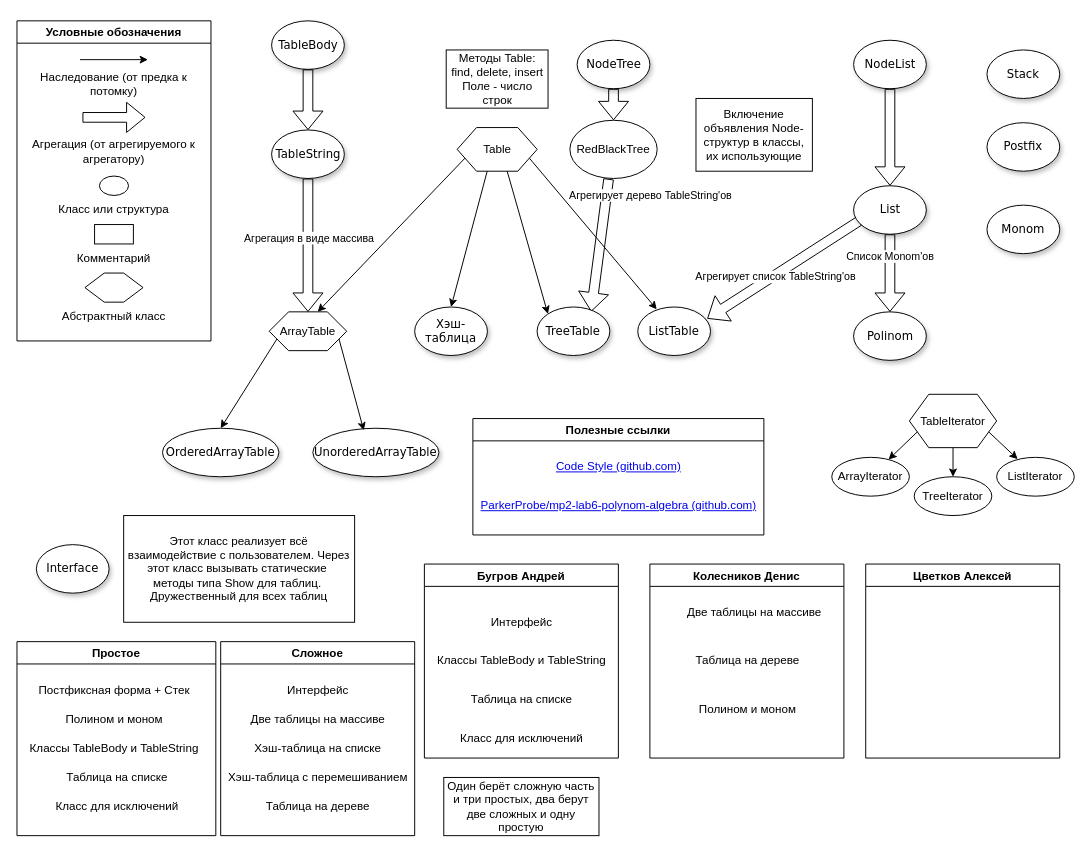
Before: Class_Diagram.drawio in ParkerProbe/mp2-lab6-polynom-algebra, a draw.io diagram. Source tidied: cells renumbered, new cells numbered last; positions are measured from the earlier drawing's top-left corner, leaving out a move shared by most shapes. Both pictures are drawn from the tidied source at 97%, with x=0, y=0 at pixel (16, 20).
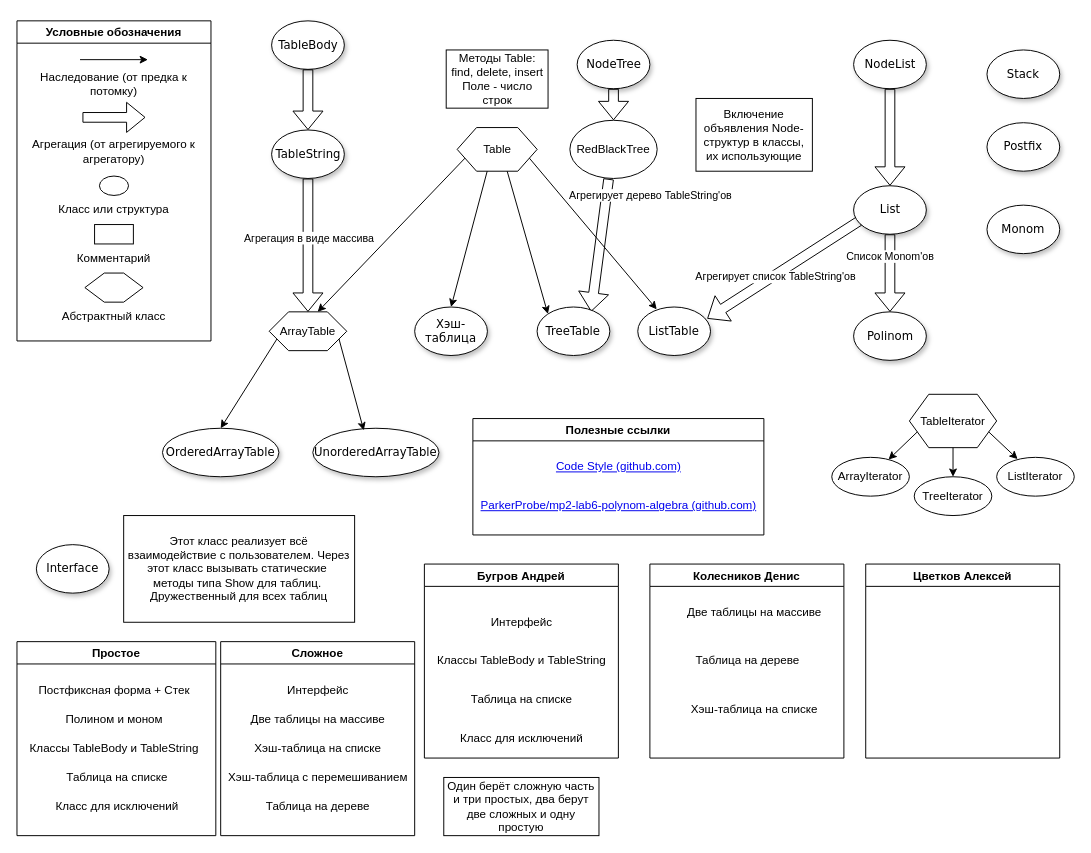
The same diagram, later.

Unchanged cells that the change refers to:
```xml
<mxCell id="66" value="Колесников Денис" style="swimlane;" parent="1" vertex="1">
  <mxGeometry x="652.5" y="560" width="200" height="200" as="geometry" />
</mxCell>
```

What changed in the source:
```diff
@@
-    <mxCell id="68" value="Полином и моном" style="text;html=1;align=center;verticalAlign=middle;strokeColor=none;fillColor=none;" parent="66" vertex="1">
-      <mxGeometry x="40" y="140" width="120" height="20" as="geometry" />
-    </mxCell>
@@
+    <mxCell id="84" value="Хэш-таблица на списке" style="text;html=1;align=center;verticalAlign=middle;strokeColor=none;fillColor=none;" parent="66" vertex="1">
+      <mxGeometry x="32.5" y="140" width="150" height="20" as="geometry" />
+    </mxCell>
```
